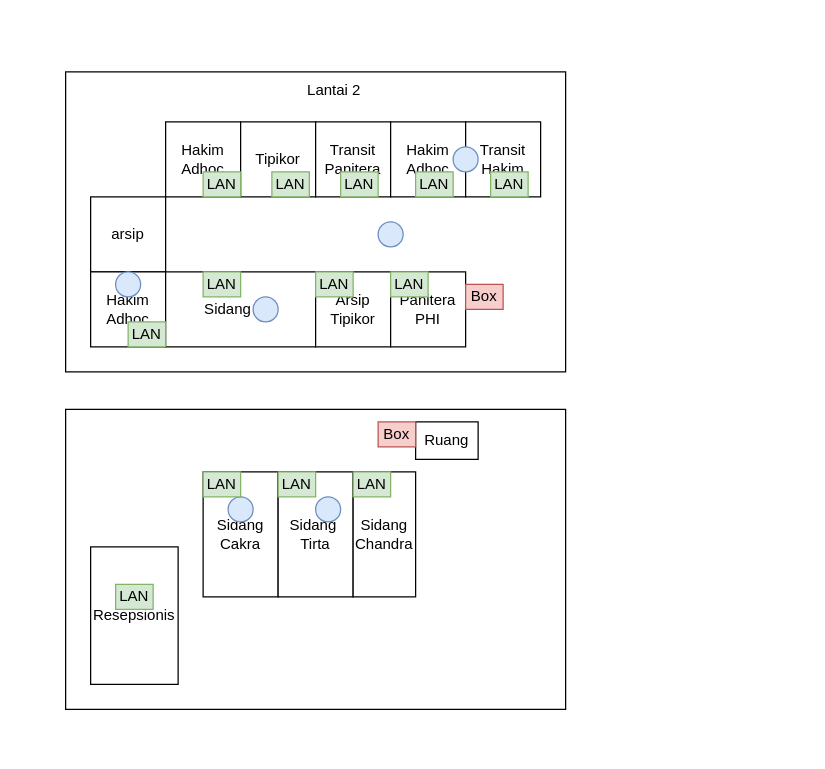
The draw.io diagram PN  Tipikor Suratmo.drawio in hnkzf/topologi-site, before the edit. Source tidied: cells renumbered, new cells numbered last; positions are measured from the earlier drawing's top-left corner, leaving out a move shared by most shapes. Both pictures are drawn from the tidied source at 125%, with x=0, y=0 at pixel (65, 71).
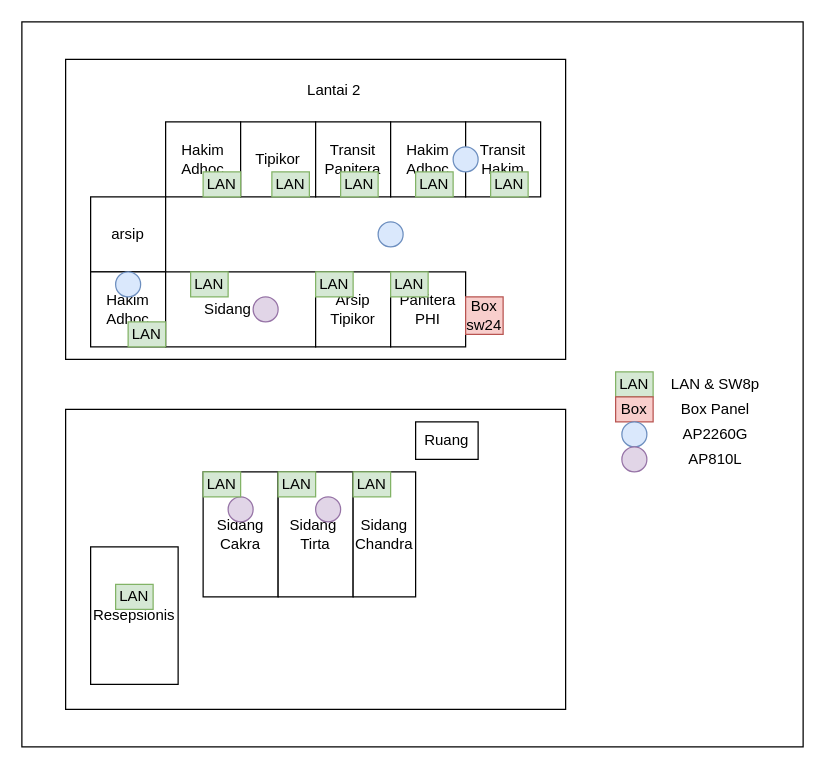
The same page after the edit.

Diff of the diagram source:
```diff
@@
+    <mxCell id="41" style="rounded=0;whiteSpace=wrap;html=1;fillColor=none;" parent="1" vertex="1">
+      <mxGeometry x="-35" y="-40" width="625" height="580" as="geometry" />
+    </mxCell>
@@
     <mxCell id="3" style="rounded=0;whiteSpace=wrap;html=1;fillColor=default;" parent="1" vertex="1">
-      <mxGeometry width="400" height="240" as="geometry" />
+      <mxGeometry y="-10" width="400" height="240" as="geometry" />
     </mxCell>
@@
-    <mxCell id="19" style="ellipse;whiteSpace=wrap;html=1;fillColor=#dae8fc;strokeColor=#6c8ebf;" parent="1" vertex="1">
+    <mxCell id="19" style="ellipse;whiteSpace=wrap;html=1;fillColor=#e1d5e7;strokeColor=#9673a6;" parent="1" vertex="1">
       <mxGeometry x="150" y="180" width="20" height="20" as="geometry" />
     </mxCell>
@@
-    <mxCell id="21" style="ellipse;whiteSpace=wrap;html=1;fillColor=#dae8fc;strokeColor=#6c8ebf;" parent="1" vertex="1">
+    <mxCell id="21" style="ellipse;whiteSpace=wrap;html=1;fillColor=#e1d5e7;strokeColor=#9673a6;" parent="1" vertex="1">
       <mxGeometry x="130" y="340" width="20" height="20" as="geometry" />
     </mxCell>
-    <mxCell id="22" style="ellipse;whiteSpace=wrap;html=1;fillColor=#dae8fc;strokeColor=#6c8ebf;" parent="1" vertex="1">
+    <mxCell id="22" style="ellipse;whiteSpace=wrap;html=1;fillColor=#e1d5e7;strokeColor=#9673a6;" parent="1" vertex="1">
       <mxGeometry x="200" y="340" width="20" height="20" as="geometry" />
     </mxCell>
@@
-    <mxCell id="24" value="Box" style="rounded=0;whiteSpace=wrap;html=1;fillColor=#f8cecc;strokeColor=#b85450;" parent="1" vertex="1">
-      <mxGeometry x="320" y="170" width="30" height="20" as="geometry" />
+    <mxCell id="24" value="Box&lt;div&gt;sw24&lt;/div&gt;" style="rounded=0;whiteSpace=wrap;html=1;fillColor=#f8cecc;strokeColor=#b85450;" parent="1" vertex="1">
+      <mxGeometry x="320" y="180" width="30" height="30" as="geometry" />
     </mxCell>
@@
     <mxCell id="36" value="LAN" style="rounded=0;whiteSpace=wrap;html=1;fillColor=#d5e8d4;strokeColor=#82b366;" parent="1" vertex="1">
-      <mxGeometry x="110" y="160" width="30" height="20" as="geometry" />
+      <mxGeometry x="100" y="160" width="30" height="20" as="geometry" />
     </mxCell>
@@
+    <mxCell id="42" value="LAN" style="rounded=0;whiteSpace=wrap;html=1;fillColor=#d5e8d4;strokeColor=#82b366;" parent="1" vertex="1">
+      <mxGeometry x="440" y="240" width="30" height="20" as="geometry" />
+    </mxCell>
     <mxCell id="40" value="Box" style="rounded=0;whiteSpace=wrap;html=1;fillColor=#f8cecc;strokeColor=#b85450;" parent="1" vertex="1">
-      <mxGeometry x="250" y="280" width="30" height="20" as="geometry" />
+      <mxGeometry x="440" y="260" width="30" height="20" as="geometry" />
     </mxCell>
+    <mxCell id="43" value="LAN &amp;amp; SW8p" style="text;html=1;align=center;verticalAlign=middle;whiteSpace=wrap;rounded=0;" parent="1" vertex="1">
+      <mxGeometry x="470" y="240" width="100" height="20" as="geometry" />
+    </mxCell>
+    <mxCell id="44" value="Box Panel" style="text;html=1;align=center;verticalAlign=middle;whiteSpace=wrap;rounded=0;" parent="1" vertex="1">
+      <mxGeometry x="470" y="260" width="100" height="20" as="geometry" />
+    </mxCell>
+    <mxCell id="45" style="ellipse;whiteSpace=wrap;html=1;fillColor=#dae8fc;strokeColor=#6c8ebf;" parent="1" vertex="1">
+      <mxGeometry x="445" y="280" width="20" height="20" as="geometry" />
+    </mxCell>
+    <mxCell id="46" style="ellipse;whiteSpace=wrap;html=1;fillColor=#e1d5e7;strokeColor=#9673a6;" parent="1" vertex="1">
+      <mxGeometry x="445" y="300" width="20" height="20" as="geometry" />
+    </mxCell>
+    <mxCell id="47" value="AP2260G" style="text;html=1;align=center;verticalAlign=middle;whiteSpace=wrap;rounded=0;" parent="1" vertex="1">
+      <mxGeometry x="470" y="280" width="100" height="20" as="geometry" />
+    </mxCell>
+    <mxCell id="48" value="AP810L" style="text;html=1;align=center;verticalAlign=middle;whiteSpace=wrap;rounded=0;" parent="1" vertex="1">
+      <mxGeometry x="470" y="300" width="100" height="20" as="geometry" />
+    </mxCell>
```
